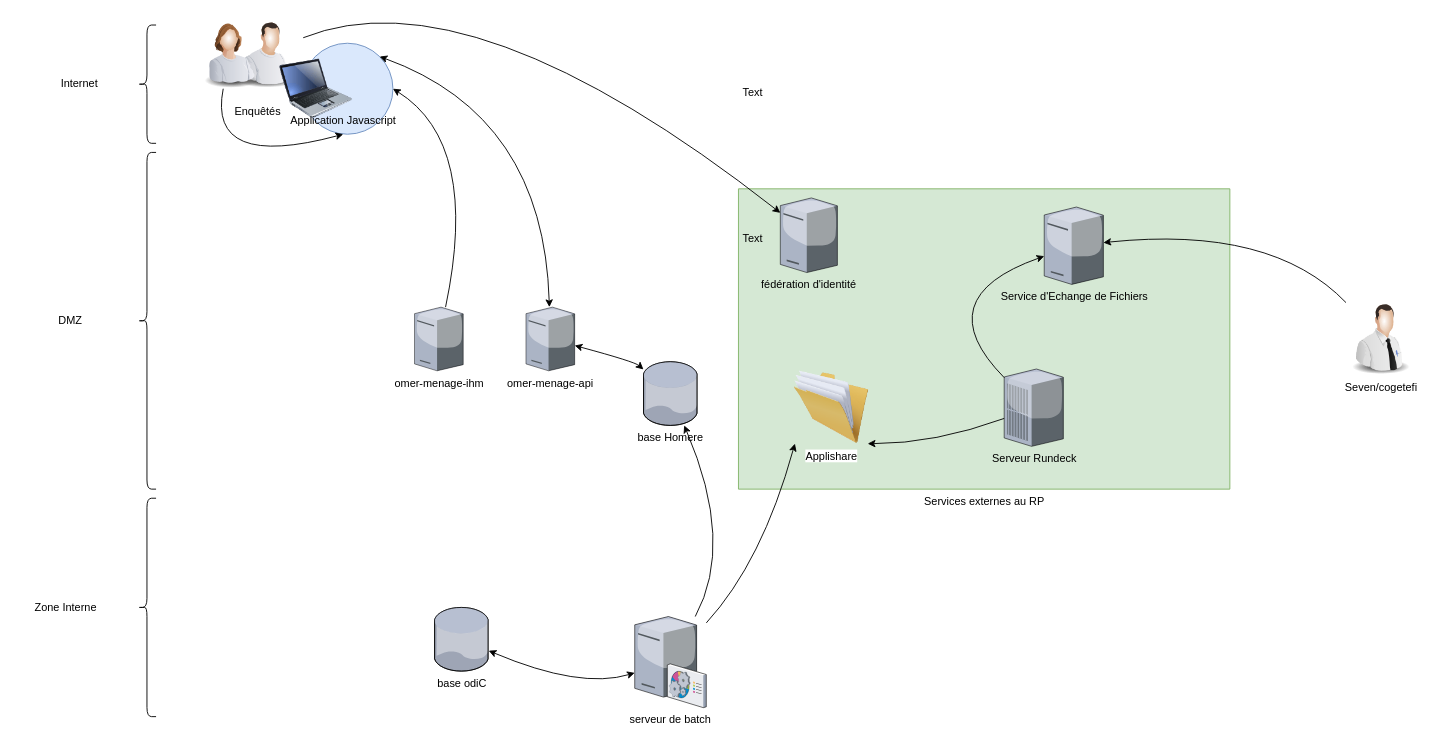
Earlier version of the draw.io diagram Diagramme sans nom.drawio (renaud23/drawio). Source tidied: cells renumbered, new cells numbered last; positions are measured from the earlier drawing's top-left corner, leaving out a move shared by most shapes. Both pictures are drawn from the tidied source at 91%, with x=0, y=0 at pixel (15, -30).
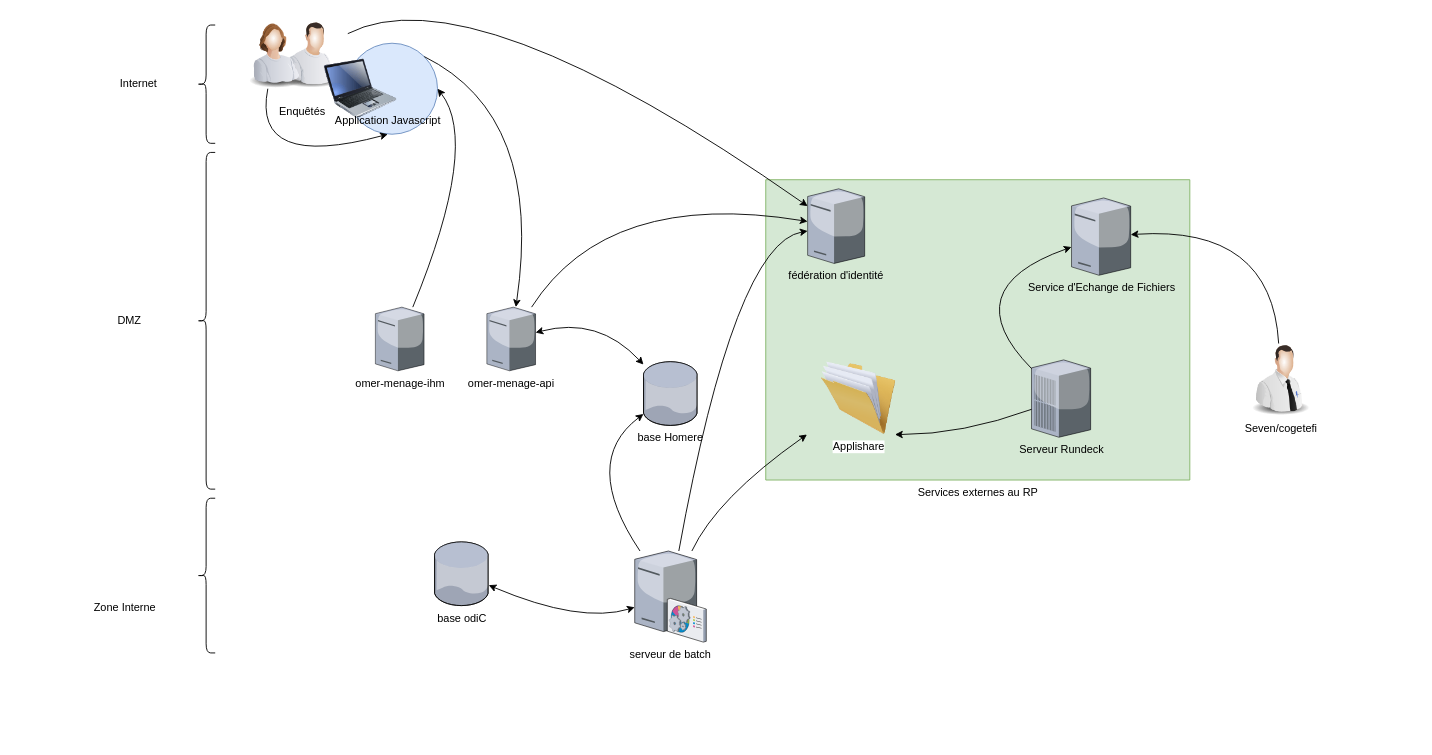
The same diagram, later.

Commit message (it also covers changes not shown here):
Mettre à jour Diagramme sans nom.drawio

Unchanged cells that the change refers to:
```xml
<mxCell id="2" value="base Homere" style="verticalLabelPosition=bottom;sketch=0;html=1;verticalAlign=top;strokeColor=none;align=center;outlineConnect=0;shape=mxgraph.citrix.database;" parent="1" vertex="1">
  <mxGeometry x="689.6" y="430" width="59.5" height="70" as="geometry" />
</mxCell>
<mxCell id="5" value="fédération d'identité" style="verticalLabelPosition=bottom;sketch=0;html=1;verticalAlign=top;align=center;outlineConnect=0;shape=mxgraph.citrix.tower_server;fillColor=#fff2cc;strokeColor=#d6b656;" parent="3" vertex="1">
  <mxGeometry x="60" y="10" width="62.7" height="82" as="geometry" />
</mxCell>
<mxCell id="7" value="Applishare" style="image;html=1;image=img/lib/clip_art/general/Full_Folder_128x128.png;" parent="3" vertex="1">
  <mxGeometry x="36" y="200" width="160" height="80" as="geometry" />
</mxCell>
<mxCell id="13" style="group;" parent="12" vertex="1">
  <mxGeometry x="-54.3" y="-30" width="199.8" height="220" as="geometry" />
</mxCell>
<mxCell id="16" style="image;html=1;image=img/lib/clip_art/people/Worker_Woman_128x128.png;" parent="14" vertex="1">
  <mxGeometry width="80" height="80" as="geometry" />
</mxCell>
<mxCell id="19" style="ellipse;whiteSpace=wrap;html=1;fillColor=#dae8fc;strokeColor=#6c8ebf;" parent="18" vertex="1">
  <mxGeometry x="24.3" width="100" height="100" as="geometry" />
</mxCell>
<mxCell id="21" value="Application Javascript" style="text;html=1;align=center;verticalAlign=middle;whiteSpace=wrap;rounded=0;" parent="18" vertex="1">
  <mxGeometry x="9.7" y="70" width="120" height="30" as="geometry" />
</mxCell>
<mxCell id="29" value="omer-menage-api" style="verticalLabelPosition=bottom;sketch=0;html=1;verticalAlign=top;strokeColor=none;align=center;outlineConnect=0;shape=mxgraph.citrix.tower_server;" parent="28" vertex="1">
  <mxGeometry x="122.5" width="53.5" height="70" as="geometry" />
</mxCell>
```

What changed in the source:
```diff
@@
     <mxCell id="3" style="group;" parent="1" vertex="1">
-      <mxGeometry x="780" y="240" width="540" height="330" as="geometry" />
+      <mxGeometry x="810" y="230" width="540" height="330" as="geometry" />
     </mxCell>
     <mxCell id="4" value="Services externes au RP" style="verticalLabelPosition=bottom;verticalAlign=top;html=1;shape=mxgraph.basic.rect;fillColor2=none;strokeWidth=1;size=20;indent=5;fillColor=#d5e8d4;strokeColor=#82b366;" parent="3" vertex="1">
-      <mxGeometry x="14" width="540" height="330" as="geometry" />
+      <mxGeometry x="14" width="466" height="330" as="geometry" />
     </mxCell>
@@
     <mxCell id="11" value="Seven/cogetefi" style="image;html=1;image=img/lib/clip_art/people/Tech_Man_128x128.png;" parent="1" vertex="1">
-      <mxGeometry x="1460" y="365" width="80" height="80" as="geometry" />
+      <mxGeometry x="1350" y="410" width="80" height="80" as="geometry" />
     </mxCell>
@@
+    <mxCell id="44" style="group;" parent="13" vertex="1">
+      <mxGeometry x="49" width="224.1" height="130" as="geometry" />
+    </mxCell>
-    <mxCell id="14" style="group;" parent="13" vertex="1">
+    <mxCell id="14" style="group;" parent="44" vertex="1">
       <mxGeometry width="160" height="120" as="geometry" />
     </mxCell>
@@
-    <mxCell id="18" style="group;" parent="13" vertex="1">
+    <mxCell id="18" style="group;" parent="44" vertex="1">
       <mxGeometry x="94.3" y="30" width="129.8" height="100" as="geometry" />
     </mxCell>
@@
-    <mxCell id="22" style="curved=1;endArrow=classic;html=1;rounded=0;entryX=0.5;entryY=1;entryDx=0;entryDy=0;" parent="13" edge="1" source="16" target="21">
+    <mxCell id="22" style="curved=1;endArrow=classic;html=1;rounded=0;entryX=0.5;entryY=1;entryDx=0;entryDy=0;" parent="44" edge="1" source="16" target="21">
       <mxGeometry relative="1" as="geometry">
         <Array as="points">
           <mxPoint x="14.3" y="170" />
         </Array>
       </mxGeometry>
     </mxCell>
@@
     <mxCell id="24" style="curved=1;endArrow=classic;html=1;rounded=0;startArrow=classic;startFill=1;" parent="1" edge="1" source="2" target="29">
       <mxGeometry relative="1" as="geometry">
         <Array as="points">
-          <mxPoint x="680" y="430" />
+          <mxPoint x="640" y="380" />
         </Array>
       </mxGeometry>
     </mxCell>
     <mxCell id="25" style="curved=1;endArrow=classic;html=1;rounded=0;startArrow=classic;startFill=1;" parent="1" edge="1" source="27" target="26">
       <mxGeometry relative="1" as="geometry">
         <Array as="points">
-          <mxPoint x="620" y="790" />
+          <mxPoint x="620" y="718" />
         </Array>
       </mxGeometry>
     </mxCell>
     <mxCell id="26" value="serveur de batch&lt;div&gt;&lt;br&gt;&lt;/div&gt;" style="verticalLabelPosition=bottom;sketch=0;html=1;verticalAlign=top;strokeColor=none;align=center;outlineConnect=0;shape=mxgraph.citrix.command_center;" parent="1" vertex="1">
-      <mxGeometry x="680" y="710" width="78.7" height="100" as="geometry" />
+      <mxGeometry x="680" y="638" width="78.7" height="100" as="geometry" />
     </mxCell>
     <mxCell id="27" value="base odiC" style="verticalLabelPosition=bottom;sketch=0;html=1;verticalAlign=top;strokeColor=none;align=center;outlineConnect=0;shape=mxgraph.citrix.database;" parent="1" vertex="1">
-      <mxGeometry x="460" y="700" width="59.5" height="70" as="geometry" />
+      <mxGeometry x="460" y="628" width="59.5" height="70" as="geometry" />
     </mxCell>
     <mxCell id="28" style="group;" parent="1" vertex="1">
-      <mxGeometry x="438" y="370" width="176" height="70" as="geometry" />
+      <mxGeometry x="395" y="370" width="176" height="70" as="geometry" />
     </mxCell>
@@
-    <mxCell id="31" style="curved=1;endArrow=classic;html=1;rounded=0;startArrow=classic;startFill=1;entryX=1;entryY=0;entryDx=0;entryDy=0;" parent="1" edge="1" source="29" target="19">
+    <mxCell id="31" style="curved=1;endArrow=none;html=1;rounded=0;startArrow=classic;startFill=1;entryX=1;entryY=0;entryDx=0;entryDy=0;endFill=0;" parent="1" edge="1" source="29" target="19">
       <mxGeometry relative="1" as="geometry">
         <Array as="points">
           <mxPoint x="580" y="160" />
         </Array>
       </mxGeometry>
     </mxCell>
@@
     <mxCell id="33" style="curved=1;endArrow=classic;html=1;rounded=0;" parent="1" edge="1" source="26" target="2">
       <mxGeometry relative="1" as="geometry">
         <Array as="points">
-          <mxPoint x="790" y="630" />
+          <mxPoint x="620" y="540" />
         </Array>
       </mxGeometry>
     </mxCell>
@@
-    <mxCell id="35" style="curved=1;endArrow=classic;html=1;rounded=0;entryX=0.25;entryY=1;entryDx=0;entryDy=0;" parent="1" edge="1" source="26" target="7">
+    <mxCell id="35" style="curved=1;endArrow=classic;html=1;rounded=0;" parent="1" edge="1" source="26" target="7">
       <mxGeometry relative="1" as="geometry">
         <Array as="points">
-          <mxPoint x="820" y="650" />
+          <mxPoint x="770" y="580" />
         </Array>
       </mxGeometry>
     </mxCell>
     <mxCell id="36" style="shape=curlyBracket;whiteSpace=wrap;html=1;rounded=1;labelPosition=left;verticalLabelPosition=middle;align=right;verticalAlign=middle;" parent="1" vertex="1">
-      <mxGeometry x="134" y="60" width="20" height="130" as="geometry" />
+      <mxGeometry x="199" y="60" width="20" height="130" as="geometry" />
     </mxCell>
     <mxCell id="37" style="shape=curlyBracket;whiteSpace=wrap;html=1;rounded=1;labelPosition=left;verticalLabelPosition=middle;align=right;verticalAlign=middle;" parent="1" vertex="1">
-      <mxGeometry x="134" y="200" width="20" height="370" as="geometry" />
+      <mxGeometry x="199" y="200" width="20" height="370" as="geometry" />
     </mxCell>
     <mxCell id="38" style="shape=curlyBracket;whiteSpace=wrap;html=1;rounded=1;labelPosition=left;verticalLabelPosition=middle;align=right;verticalAlign=middle;" parent="1" vertex="1">
-      <mxGeometry x="134" y="580" width="20" height="240" as="geometry" />
+      <mxGeometry x="199" y="580" width="20" height="170" as="geometry" />
     </mxCell>
-    <mxCell id="39" value="Text" style="text;html=1;align=center;verticalAlign=middle;whiteSpace=wrap;rounded=0;" parent="1" vertex="1">
-      <mxGeometry x="780" y="280" width="60" height="30" as="geometry" />
-    </mxCell>
     <mxCell id="40" value="Internet" style="text;html=1;align=center;verticalAlign=middle;whiteSpace=wrap;rounded=0;" parent="1" vertex="1">
-      <mxGeometry x="40" y="110" width="60" height="30" as="geometry" />
+      <mxGeometry x="105" y="110" width="60" height="30" as="geometry" />
     </mxCell>
-    <mxCell id="41" value="Text" style="text;html=1;align=center;verticalAlign=middle;whiteSpace=wrap;rounded=0;" parent="1" vertex="1">
-      <mxGeometry x="780" y="120" width="60" height="30" as="geometry" />
-    </mxCell>
     <mxCell id="42" value="DMZ" style="text;html=1;align=center;verticalAlign=middle;whiteSpace=wrap;rounded=0;" parent="1" vertex="1">
-      <mxGeometry x="30" y="370" width="60" height="30" as="geometry" />
+      <mxGeometry x="95" y="370" width="60" height="30" as="geometry" />
     </mxCell>
     <mxCell id="43" value="Zone Interne" style="text;html=1;align=center;verticalAlign=middle;whiteSpace=wrap;rounded=0;" parent="1" vertex="1">
-      <mxGeometry y="685" width="110" height="30" as="geometry" />
+      <mxGeometry x="65" y="685" width="110" height="30" as="geometry" />
     </mxCell>
+    <mxCell id="45" style="curved=1;endArrow=classic;html=1;rounded=0;" parent="1" edge="1" source="26" target="5">
+      <mxGeometry relative="1" as="geometry">
+        <Array as="points">
+          <mxPoint x="790" y="300" />
+        </Array>
+      </mxGeometry>
+    </mxCell>
+    <mxCell id="46" style="curved=1;endArrow=classic;html=1;rounded=0;" parent="1" edge="1" source="29" target="5">
+      <mxGeometry relative="1" as="geometry">
+        <Array as="points">
+          <mxPoint x="650" y="240" />
+        </Array>
+      </mxGeometry>
+    </mxCell>
```
